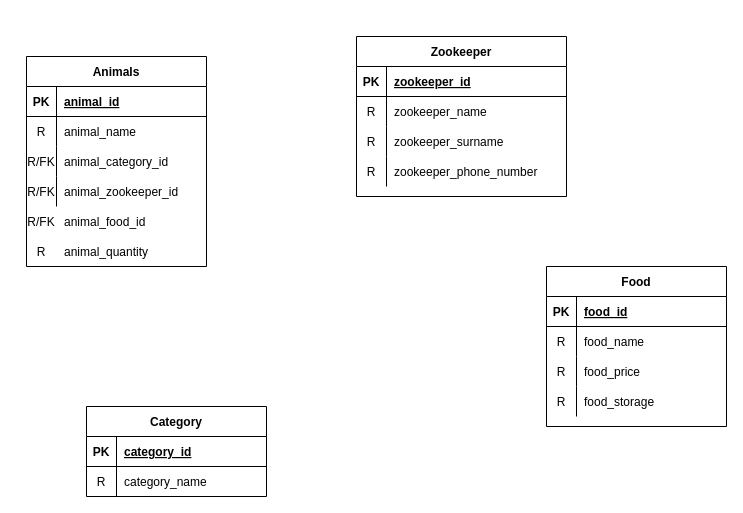
The draw.io diagram ERD.drawio in LukaszMichalsky/Project_TIU, before the edit. Source tidied: cells renumbered, new cells numbered last; positions are measured from the earlier drawing's top-left corner, leaving out a move shared by most shapes. Both pictures are drawn from the tidied source at 100%, with x=0, y=0 at pixel (26, 36).
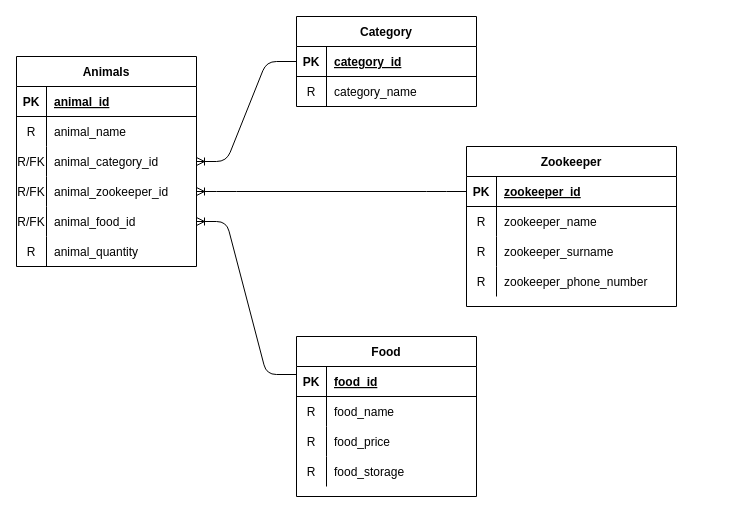
Above is the later version.

The change refers to these unchanged cells:
```xml
<mxCell id="3" style="shape=partialRectangle;fillColor=none;top=0;left=0;bottom=1;right=0;points=[[0,0.5],[1,0.5]];portConstraint=eastwest;" parent="2" vertex="1">
  <mxGeometry y="30" width="210" height="30" as="geometry" />
</mxCell>
<mxCell id="16" style="shape=partialRectangle;fillColor=none;top=0;left=0;bottom=1;right=0;points=[[0,0.5],[1,0.5]];portConstraint=eastwest;" parent="15" vertex="1">
  <mxGeometry y="30" width="180" height="30" as="geometry" />
</mxCell>
<mxCell id="24" style="shape=partialRectangle;fillColor=none;top=0;left=0;bottom=1;right=0;points=[[0,0.5],[1,0.5]];portConstraint=eastwest;" parent="23" vertex="1">
  <mxGeometry y="30" width="180" height="30" as="geometry" />
</mxCell>
<mxCell id="39" value="Animals" style="shape=table;startSize=30;childLayout=tableLayout;rowLines=0;fontStyle=1;align=center;" parent="38" vertex="1">
  <mxGeometry width="180" height="210" as="geometry" />
</mxCell>
<mxCell id="46" style="shape=partialRectangle;fillColor=none;top=0;left=0;bottom=0;right=0;points=[[0,0.5],[1,0.5]];portConstraint=eastwest;" parent="39" vertex="1">
  <mxGeometry y="90" width="180" height="30" as="geometry" />
</mxCell>
<mxCell id="49" style="shape=partialRectangle;fillColor=none;top=0;left=0;bottom=0;right=0;points=[[0,0.5],[1,0.5]];portConstraint=eastwest;" parent="39" vertex="1">
  <mxGeometry y="120" width="180" height="30" as="geometry" />
</mxCell>
```

Change to the diagram source:
```diff
@@
     <mxCell id="2" value="Zookeeper" style="shape=table;startSize=30;childLayout=tableLayout;rowLines=0;fontStyle=1;align=center;" parent="1" vertex="1">
-      <mxGeometry x="330" width="210" height="160" as="geometry" />
+      <mxGeometry x="440" y="110" width="210" height="160" as="geometry" />
     </mxCell>
@@
     <mxCell id="15" value="Category" style="shape=table;startSize=30;childLayout=tableLayout;rowLines=0;fontStyle=1;align=center;" parent="1" vertex="1">
-      <mxGeometry x="60" y="370" width="180" height="90" as="geometry" />
+      <mxGeometry x="270" y="-20" width="180" height="90" as="geometry" />
     </mxCell>
@@
     <mxCell id="22" style="group;" parent="1" vertex="1">
-      <mxGeometry x="520" y="230" width="180" height="160" as="geometry" />
+      <mxGeometry x="270" y="300" width="180" height="160" as="geometry" />
     </mxCell>
@@
     <mxCell id="38" style="group;" parent="1" vertex="1">
-      <mxGeometry y="20" width="180" height="210" as="geometry" />
+      <mxGeometry x="-10" y="20" width="180" height="240" as="geometry" />
     </mxCell>
@@
+    <mxCell id="56" style="shape=partialRectangle;fillColor=none;top=0;left=0;bottom=0;right=0;points=[[0,0.5],[1,0.5]];portConstraint=eastwest;" parent="39" vertex="1">
+      <mxGeometry y="150" width="180" height="30" as="geometry" />
+    </mxCell>
+    <mxCell id="54" value="R/FK" style="shape=partialRectangle;fillColor=none;top=0;left=0;bottom=0;right=0;overflow=hidden;" parent="56" vertex="1">
+      <mxGeometry width="30" height="30" as="geometry" />
+    </mxCell>
-    <mxCell id="52" value="animal_food_id" style="shape=partialRectangle;fillColor=none;top=0;left=0;bottom=0;right=0;align=left;spacingLeft=6;overflow=hidden;" parent="38" vertex="1">
-      <mxGeometry x="30" y="150" width="150" height="30" as="geometry" />
+    <mxCell id="52" value="animal_food_id" style="shape=partialRectangle;fillColor=none;top=0;left=0;bottom=0;right=0;align=left;spacingLeft=6;overflow=hidden;" parent="56" vertex="1">
+      <mxGeometry x="30" width="150" height="30" as="geometry" />
     </mxCell>
+    <mxCell id="57" style="shape=partialRectangle;fillColor=none;top=0;left=0;bottom=0;right=0;" parent="39" vertex="1">
+      <mxGeometry y="180" width="180" height="30" as="geometry" />
+    </mxCell>
+    <mxCell id="55" value="R" style="shape=partialRectangle;fillColor=none;top=0;left=0;bottom=0;right=0;overflow=hidden;" parent="57" vertex="1">
+      <mxGeometry width="30" height="30" as="geometry" />
+    </mxCell>
-    <mxCell id="53" value="animal_quantity" style="shape=partialRectangle;fillColor=none;top=0;left=0;bottom=0;right=0;align=left;spacingLeft=6;overflow=hidden;" parent="38" vertex="1">
-      <mxGeometry x="30" y="180" width="150" height="30" as="geometry" />
+    <mxCell id="53" value="animal_quantity" style="shape=partialRectangle;fillColor=none;top=0;left=0;bottom=0;right=0;align=left;spacingLeft=6;overflow=hidden;" parent="57" vertex="1">
+      <mxGeometry x="30" width="150" height="30" as="geometry" />
     </mxCell>
-    <mxCell id="54" value="R/FK" style="shape=partialRectangle;fillColor=none;top=0;left=0;bottom=0;right=0;overflow=hidden;" parent="38" vertex="1">
-      <mxGeometry y="150" width="30" height="30" as="geometry" />
-    </mxCell>
-    <mxCell id="55" value="R" style="shape=partialRectangle;fillColor=none;top=0;left=0;bottom=0;right=0;overflow=hidden;" parent="38" vertex="1">
-      <mxGeometry y="180" width="30" height="30" as="geometry" />
-    </mxCell>
+    <mxCell id="58" style="edgeStyle=entityRelationEdgeStyle;fontSize=12;html=1;endArrow=ERoneToMany;exitX=0;exitY=0.5;exitDx=0;exitDy=0;" parent="1" edge="1" source="3" target="49">
+      <mxGeometry relative="1" as="geometry" />
+    </mxCell>
+    <mxCell id="59" style="edgeStyle=entityRelationEdgeStyle;fontSize=12;html=1;endArrow=ERoneToMany;exitX=0;exitY=0.5;exitDx=0;exitDy=0;" parent="1" edge="1" source="16" target="46">
+      <mxGeometry relative="1" as="geometry" />
+    </mxCell>
+    <mxCell id="60" style="edgeStyle=entityRelationEdgeStyle;fontSize=12;html=1;endArrow=ERoneToMany;exitX=0;exitY=0.267;exitDx=0;exitDy=0;exitPerimeter=0;" parent="1" edge="1" source="24" target="56">
+      <mxGeometry relative="1" as="geometry" />
+    </mxCell>
```
